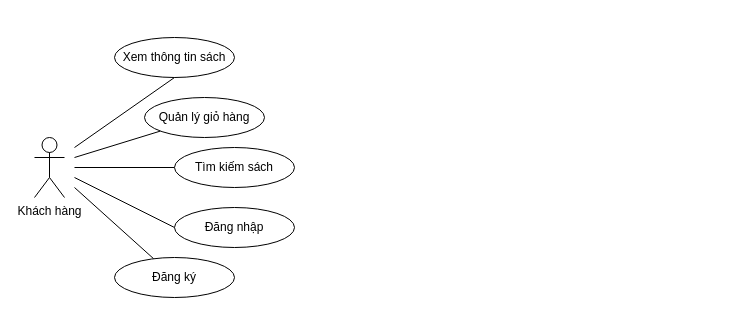
Earlier version of the draw.io diagram page "KhachHang" (2 of 3) of usecase.drawio (QuangHuy2201/FinalProject-Diagrams). Source tidied: cells renumbered, new cells numbered last; positions are measured from the earlier drawing's top-left corner, leaving out a move shared by most shapes. Both pictures are drawn from the tidied source at 100%, with x=0, y=0 at pixel (34, 37).
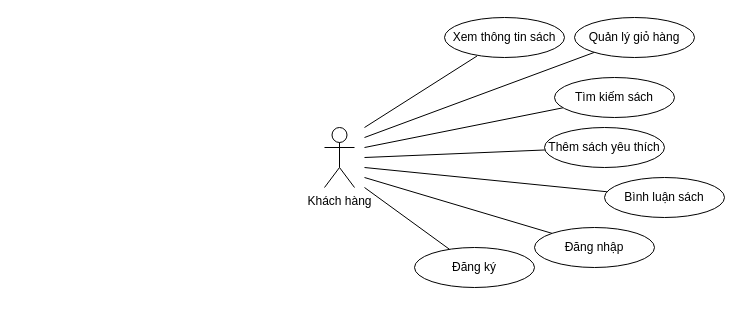
The same diagram, later.

The edit, as a diff of the source:
```diff
@@
     <mxCell id="2" value="Khách hàng" style="shape=umlActor;verticalLabelPosition=bottom;verticalAlign=top;html=1;" parent="1" vertex="1">
-      <mxGeometry y="100" width="30" height="60" as="geometry" />
+      <mxGeometry x="290" y="90" width="30" height="60" as="geometry" />
     </mxCell>
     <mxCell id="3" style="rounded=0;jettySize=auto;html=1;endArrow=none;endFill=0;" parent="1" edge="1" source="4">
       <mxGeometry relative="1" as="geometry">
-        <mxPoint x="40" y="150" as="targetPoint" />
+        <mxPoint x="330" y="150" as="targetPoint" />
       </mxGeometry>
     </mxCell>
     <mxCell id="4" value="Đăng ký" style="ellipse;whiteSpace=wrap;html=1;" parent="1" vertex="1">
-      <mxGeometry x="80" y="220" width="120" height="40" as="geometry" />
+      <mxGeometry x="380" y="210" width="120" height="40" as="geometry" />
     </mxCell>
     <mxCell id="5" value="Xem thông tin sách" style="ellipse;whiteSpace=wrap;html=1;" parent="1" vertex="1">
-      <mxGeometry x="80" width="120" height="40" as="geometry" />
+      <mxGeometry x="410" y="-20" width="120" height="40" as="geometry" />
     </mxCell>
     <mxCell id="6" style="rounded=0;jettySize=auto;html=1;endArrow=none;endFill=0;" parent="1" edge="1" source="7">
       <mxGeometry relative="1" as="geometry">
-        <mxPoint x="40" y="120" as="targetPoint" />
+        <mxPoint x="330" y="100" as="targetPoint" />
       </mxGeometry>
     </mxCell>
     <mxCell id="7" value="Quản lý giỏ hàng" style="ellipse;whiteSpace=wrap;html=1;" parent="1" vertex="1">
-      <mxGeometry x="110" y="60" width="120" height="40" as="geometry" />
+      <mxGeometry x="540" y="-20" width="120" height="40" as="geometry" />
     </mxCell>
-    <mxCell id="8" style="edgeStyle=orthogonalEdgeStyle;rounded=0;jettySize=auto;html=1;endArrow=none;endFill=0;" parent="1" edge="1" source="9">
+    <mxCell id="8" style="rounded=0;jettySize=auto;html=1;endArrow=none;endFill=0;" parent="1" edge="1" source="9">
       <mxGeometry relative="1" as="geometry">
-        <mxPoint x="40" y="130" as="targetPoint" />
+        <mxPoint x="330" y="110" as="targetPoint" />
       </mxGeometry>
     </mxCell>
     <mxCell id="9" value="Tìm kiếm sách" style="ellipse;whiteSpace=wrap;html=1;" parent="1" vertex="1">
-      <mxGeometry x="140" y="110" width="120" height="40" as="geometry" />
+      <mxGeometry x="520" y="40" width="120" height="40" as="geometry" />
     </mxCell>
-    <mxCell id="10" style="rounded=0;jettySize=auto;html=1;startArrow=none;startFill=0;endArrow=none;endFill=0;exitX=0;exitY=0.5;exitDx=0;exitDy=0;" parent="1" edge="1" source="11">
+    <mxCell id="10" style="rounded=0;jettySize=auto;html=1;startArrow=none;startFill=0;endArrow=none;endFill=0;exitX=0;exitY=0;exitDx=0;exitDy=0;" parent="1" edge="1" source="11">
       <mxGeometry relative="1" as="geometry">
-        <mxPoint x="40" y="140" as="targetPoint" />
+        <mxPoint x="330" y="140" as="targetPoint" />
       </mxGeometry>
     </mxCell>
     <mxCell id="11" value="Đăng nhập" style="ellipse;whiteSpace=wrap;html=1;" parent="1" vertex="1">
-      <mxGeometry x="140" y="170" width="120" height="40" as="geometry" />
+      <mxGeometry x="500" y="190" width="120" height="40" as="geometry" />
     </mxCell>
-    <mxCell id="12" style="rounded=0;jettySize=auto;html=1;exitX=0.5;exitY=1;exitDx=0;exitDy=0;endArrow=none;endFill=0;" parent="1" edge="1" source="5">
+    <mxCell id="12" style="rounded=0;jettySize=auto;html=1;exitX=0.271;exitY=0.963;exitDx=0;exitDy=0;endArrow=none;endFill=0;exitPerimeter=0;" parent="1" edge="1" source="5">
       <mxGeometry relative="1" as="geometry">
-        <mxPoint x="40" y="110" as="targetPoint" />
+        <mxPoint x="330" y="90" as="targetPoint" />
       </mxGeometry>
     </mxCell>
+    <mxCell id="13" style="rounded=0;jettySize=auto;html=1;endArrow=none;endFill=0;" parent="1" edge="1" source="14">
+      <mxGeometry relative="1" as="geometry">
+        <mxPoint x="330" y="130" as="targetPoint" />
+      </mxGeometry>
+    </mxCell>
+    <mxCell id="14" value="Bình luận sách" style="ellipse;whiteSpace=wrap;html=1;" parent="1" vertex="1">
+      <mxGeometry x="570" y="140" width="120" height="40" as="geometry" />
+    </mxCell>
+    <mxCell id="15" style="rounded=0;jettySize=auto;html=1;endArrow=none;endFill=0;" parent="1" edge="1" source="16">
+      <mxGeometry relative="1" as="geometry">
+        <mxPoint x="330" y="120" as="targetPoint" />
+      </mxGeometry>
+    </mxCell>
+    <mxCell id="16" value="Thêm sách yêu thích" style="ellipse;whiteSpace=wrap;html=1;" parent="1" vertex="1">
+      <mxGeometry x="510" y="90" width="120" height="40" as="geometry" />
+    </mxCell>
```
